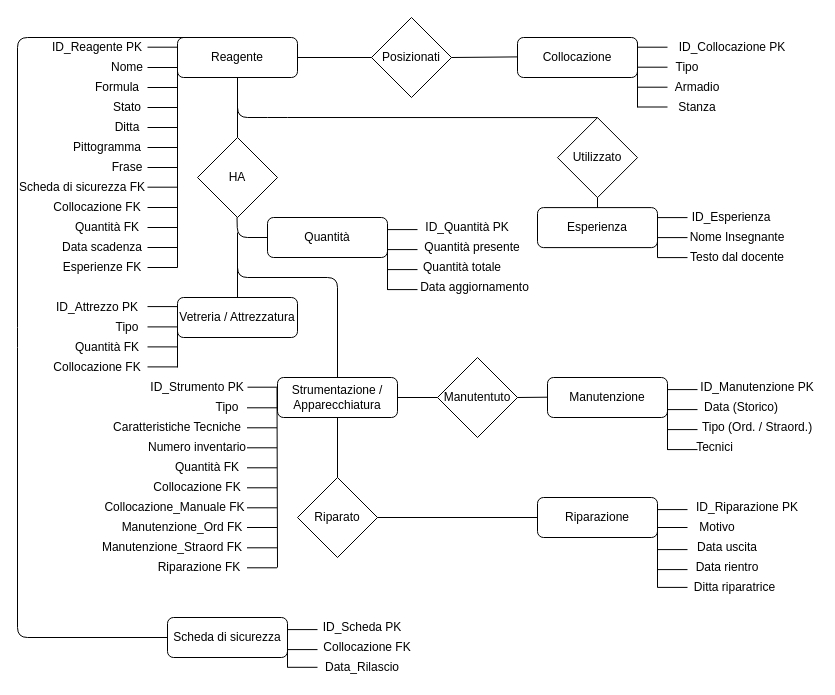
MilaniFrancesco7/Progetto-Chimica keeps this draw.io diagram as ModelloER/MODELLOERPROGEGTTO.drawio. Above is the earlier version. Source tidied: cells renumbered, new cells numbered last; positions are measured from the earlier drawing's top-left corner, leaving out a move shared by most shapes. Both pictures are drawn from the tidied source at 100%, with x=0, y=0 at pixel (17, 17).
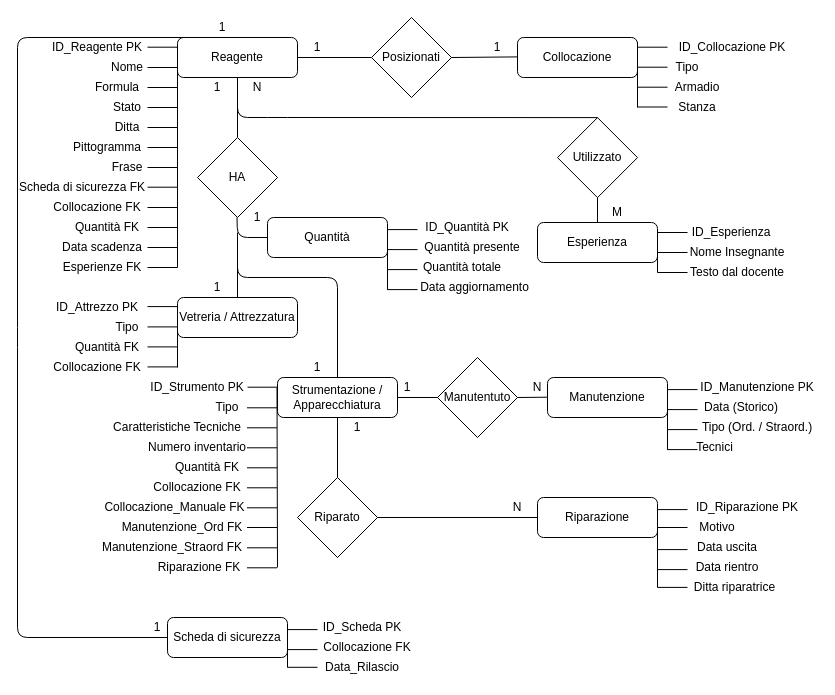
After the change.

Commit message:
Aggiunta cardinalita  ER

The change refers to these unchanged cells:
```xml
<mxCell id="49" value="Utilizzato" style="rhombus;whiteSpace=wrap;html=1;" parent="1" vertex="1">
  <mxGeometry x="540" y="100.1" width="80" height="80" as="geometry" />
</mxCell>
```

What changed in the source:
```diff
@@
     <mxCell id="41" value="Esperienza" style="rounded=1;whiteSpace=wrap;html=1;fontSize=12;glass=0;strokeWidth=1;shadow=0;" parent="1" vertex="1">
-      <mxGeometry x="520" y="190.1" width="120" height="40" as="geometry" />
+      <mxGeometry x="520" y="205" width="120" height="40" as="geometry" />
     </mxCell>
     <mxCell id="42" style="endArrow=none;html=1;" parent="1" edge="1">
       <mxGeometry relative="1" as="geometry">
-        <mxPoint x="640" y="240.1" as="sourcePoint" />
-        <mxPoint x="640" y="200.1" as="targetPoint" />
+        <mxPoint x="640" y="255" as="sourcePoint" />
+        <mxPoint x="640" y="215" as="targetPoint" />
       </mxGeometry>
     </mxCell>
     <mxCell id="43" value="ID_Esperienza" style="text;html=1;strokeColor=none;fillColor=none;align=center;verticalAlign=middle;whiteSpace=wrap;rounded=0;" parent="1" vertex="1">
-      <mxGeometry x="694" y="190.1" width="40" height="20" as="geometry" />
+      <mxGeometry x="694" y="205" width="40" height="20" as="geometry" />
     </mxCell>
     <mxCell id="44" style="endArrow=none;html=1;" parent="1" edge="1">
       <mxGeometry relative="1" as="geometry">
-        <mxPoint x="640" y="200.1" as="sourcePoint" />
-        <mxPoint x="670" y="200.1" as="targetPoint" />
+        <mxPoint x="640" y="215" as="sourcePoint" />
+        <mxPoint x="670" y="215" as="targetPoint" />
       </mxGeometry>
     </mxCell>
     <mxCell id="45" style="endArrow=none;html=1;" parent="1" edge="1">
       <mxGeometry relative="1" as="geometry">
-        <mxPoint x="640" y="220.1" as="sourcePoint" />
-        <mxPoint x="670" y="220.1" as="targetPoint" />
+        <mxPoint x="640" y="235" as="sourcePoint" />
+        <mxPoint x="670" y="235" as="targetPoint" />
       </mxGeometry>
     </mxCell>
     <mxCell id="46" style="endArrow=none;html=1;" parent="1" edge="1">
       <mxGeometry relative="1" as="geometry">
-        <mxPoint x="640" y="240.1" as="sourcePoint" />
-        <mxPoint x="670" y="240.1" as="targetPoint" />
+        <mxPoint x="640" y="255" as="sourcePoint" />
+        <mxPoint x="670" y="255" as="targetPoint" />
       </mxGeometry>
     </mxCell>
     <mxCell id="47" value="Nome Insegnante" style="text;html=1;strokeColor=none;fillColor=none;align=center;verticalAlign=middle;whiteSpace=wrap;rounded=0;" parent="1" vertex="1">
-      <mxGeometry x="670" y="210.1" width="100" height="20" as="geometry" />
+      <mxGeometry x="670" y="225" width="100" height="20" as="geometry" />
     </mxCell>
     <mxCell id="48" value="Testo dal docente" style="text;html=1;strokeColor=none;fillColor=none;align=center;verticalAlign=middle;whiteSpace=wrap;rounded=0;" parent="1" vertex="1">
-      <mxGeometry x="670" y="230.1" width="100" height="20" as="geometry" />
+      <mxGeometry x="670" y="245" width="100" height="20" as="geometry" />
     </mxCell>
@@
-    <mxCell id="51" style="endArrow=none;html=1;exitX=0.5;exitY=0;exitDx=0;exitDy=0;" parent="1" edge="1" source="41">
-      <mxGeometry relative="1" as="geometry">
-        <mxPoint x="580" y="180.1" as="targetPoint" />
-      </mxGeometry>
+    <mxCell id="51" style="endArrow=none;html=1;exitX=0.5;exitY=0;exitDx=0;exitDy=0;entryX=0.5;entryY=1;entryDx=0;entryDy=0;" parent="1" edge="1" source="41" target="49">
+      <mxGeometry relative="1" as="geometry" />
     </mxCell>
@@
+    <mxCell id="136" value="1" style="text;html=1;strokeColor=none;fillColor=none;align=center;verticalAlign=middle;whiteSpace=wrap;rounded=0;" parent="1" vertex="1">
+      <mxGeometry x="280" y="20" width="40" height="20" as="geometry" />
+    </mxCell>
+    <mxCell id="137" value="1" style="text;html=1;strokeColor=none;fillColor=none;align=center;verticalAlign=middle;whiteSpace=wrap;rounded=0;" parent="1" vertex="1">
+      <mxGeometry x="460" y="20" width="40" height="20" as="geometry" />
+    </mxCell>
+    <mxCell id="138" value="1" style="text;html=1;strokeColor=none;fillColor=none;align=center;verticalAlign=middle;whiteSpace=wrap;rounded=0;" parent="1" vertex="1">
+      <mxGeometry x="180" y="60" width="40" height="20" as="geometry" />
+    </mxCell>
+    <mxCell id="139" value="1" style="text;html=1;strokeColor=none;fillColor=none;align=center;verticalAlign=middle;whiteSpace=wrap;rounded=0;" parent="1" vertex="1">
+      <mxGeometry x="220" y="190.1" width="40" height="20" as="geometry" />
+    </mxCell>
+    <mxCell id="140" value="1" style="text;html=1;strokeColor=none;fillColor=none;align=center;verticalAlign=middle;whiteSpace=wrap;rounded=0;" parent="1" vertex="1">
+      <mxGeometry x="180" y="260" width="40" height="20" as="geometry" />
+    </mxCell>
+    <mxCell id="141" value="1" style="text;html=1;strokeColor=none;fillColor=none;align=center;verticalAlign=middle;whiteSpace=wrap;rounded=0;" parent="1" vertex="1">
+      <mxGeometry x="280" y="340" width="40" height="20" as="geometry" />
+    </mxCell>
+    <mxCell id="142" value="1" style="text;html=1;strokeColor=none;fillColor=none;align=center;verticalAlign=middle;whiteSpace=wrap;rounded=0;" parent="1" vertex="1">
+      <mxGeometry x="370" y="360" width="40" height="20" as="geometry" />
+    </mxCell>
+    <mxCell id="143" value="1" style="text;html=1;strokeColor=none;fillColor=none;align=center;verticalAlign=middle;whiteSpace=wrap;rounded=0;" parent="1" vertex="1">
+      <mxGeometry x="185" width="40" height="20" as="geometry" />
+    </mxCell>
+    <mxCell id="144" value="1" style="text;html=1;strokeColor=none;fillColor=none;align=center;verticalAlign=middle;whiteSpace=wrap;rounded=0;" parent="1" vertex="1">
+      <mxGeometry x="120" y="600" width="40" height="20" as="geometry" />
+    </mxCell>
+    <mxCell id="145" value="M" style="text;html=1;strokeColor=none;fillColor=none;align=center;verticalAlign=middle;whiteSpace=wrap;rounded=0;" parent="1" vertex="1">
+      <mxGeometry x="580" y="185" width="40" height="20" as="geometry" />
+    </mxCell>
+    <mxCell id="146" value="N" style="text;html=1;strokeColor=none;fillColor=none;align=center;verticalAlign=middle;whiteSpace=wrap;rounded=0;" parent="1" vertex="1">
+      <mxGeometry x="220" y="60" width="40" height="20" as="geometry" />
+    </mxCell>
+    <mxCell id="147" value="N" style="text;html=1;strokeColor=none;fillColor=none;align=center;verticalAlign=middle;whiteSpace=wrap;rounded=0;" parent="1" vertex="1">
+      <mxGeometry x="480" y="480" width="40" height="20" as="geometry" />
+    </mxCell>
+    <mxCell id="148" value="N" style="text;html=1;strokeColor=none;fillColor=none;align=center;verticalAlign=middle;whiteSpace=wrap;rounded=0;" parent="1" vertex="1">
+      <mxGeometry x="500" y="360" width="40" height="20" as="geometry" />
+    </mxCell>
+    <mxCell id="149" value="1" style="text;html=1;strokeColor=none;fillColor=none;align=center;verticalAlign=middle;whiteSpace=wrap;rounded=0;" parent="1" vertex="1">
+      <mxGeometry x="320" y="400" width="40" height="20" as="geometry" />
+    </mxCell>
```
